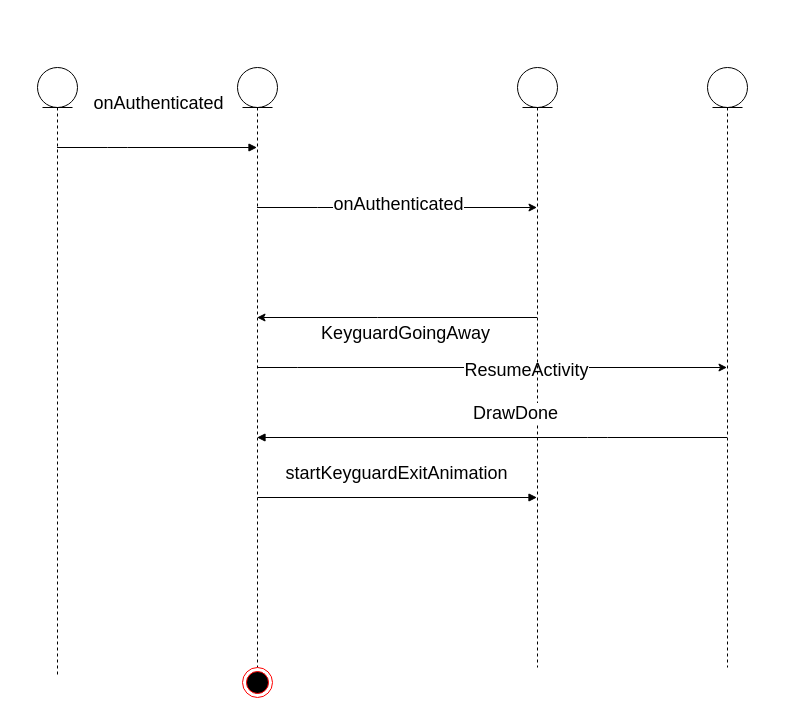
shcalm/wx_pplab keeps this draw.io diagram as Untitled Diagram.drawio. Above is the earlier version. Source tidied: cells renumbered, new cells numbered last; positions are measured from the earlier drawing's top-left corner, leaving out a move shared by most shapes. Both pictures are drawn from the tidied source at 100%, with x=0, y=0 at pixel (37, 67).
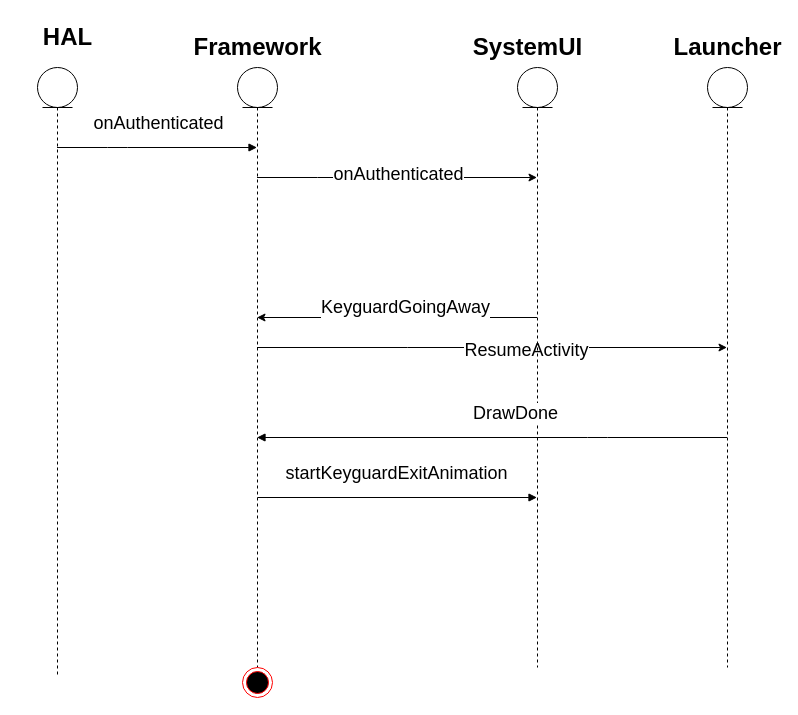
After the change.

Unchanged cells that the change refers to:
```xml
<mxCell id="2" style="shape=umlLifeline;participant=umlEntity;perimeter=lifelinePerimeter;whiteSpace=wrap;html=1;verticalAlign=top;spacingTop=36;outlineConnect=0;" parent="1" vertex="1">
  <mxGeometry width="40" height="610" as="geometry" />
</mxCell>
<mxCell id="7" style="shape=umlLifeline;participant=umlEntity;perimeter=lifelinePerimeter;whiteSpace=wrap;html=1;verticalAlign=top;spacingTop=36;outlineConnect=0;" parent="1" vertex="1">
  <mxGeometry x="200" width="40" height="600" as="geometry" />
</mxCell>
<mxCell id="9" style="edgeStyle=orthogonalEdgeStyle;rounded=0;jettySize=auto;html=1;fontSize=18;" parent="1" edge="1" source="11" target="7">
  <mxGeometry relative="1" as="geometry">
    <Array as="points">
      <mxPoint x="340" y="250" />
      <mxPoint x="340" y="250" />
    </Array>
  </mxGeometry>
</mxCell>
<mxCell id="11" style="shape=umlLifeline;participant=umlEntity;perimeter=lifelinePerimeter;whiteSpace=wrap;html=1;verticalAlign=top;spacingTop=36;outlineConnect=0;" parent="1" vertex="1">
  <mxGeometry x="480" width="40" height="600" as="geometry" />
</mxCell>
<mxCell id="12" style="shape=umlLifeline;participant=umlEntity;perimeter=lifelinePerimeter;whiteSpace=wrap;html=1;verticalAlign=top;spacingTop=36;outlineConnect=0;" parent="1" vertex="1">
  <mxGeometry x="670" width="40" height="600" as="geometry" />
</mxCell>
```

Change to the diagram source:
```diff
@@
     <mxCell id="3" style="edgeStyle=orthogonalEdgeStyle;rounded=0;jettySize=auto;html=1;fontSize=18;" parent="1" edge="1" source="7" target="11">
       <mxGeometry relative="1" as="geometry">
         <Array as="points">
-          <mxPoint x="280" y="140" />
-          <mxPoint x="280" y="140" />
+          <mxPoint x="280" y="110" />
+          <mxPoint x="280" y="110" />
         </Array>
       </mxGeometry>
     </mxCell>
@@
     <mxCell id="5" style="edgeStyle=orthogonalEdgeStyle;rounded=0;jettySize=auto;html=1;fontSize=18;" parent="1" edge="1" source="7" target="12">
       <mxGeometry relative="1" as="geometry">
         <Array as="points">
-          <mxPoint x="260" y="300" />
-          <mxPoint x="260" y="300" />
+          <mxPoint x="370" y="280" />
+          <mxPoint x="370" y="280" />
         </Array>
       </mxGeometry>
     </mxCell>
@@
     <mxCell id="8" value="onAuthenticated" style="html=1;verticalAlign=bottom;endArrow=block;fontSize=18;" parent="1" edge="1" source="2" target="7">
-      <mxGeometry x="0.01" y="30" relative="1" as="geometry">
+      <mxGeometry x="0.01" y="10" relative="1" as="geometry">
         <Array as="points">
           <mxPoint x="80" y="80" />
         </Array>
       </mxGeometry>
     </mxCell>
@@
     <mxCell id="10" value="KeyguardGoingAway&lt;br&gt;" style="edgeLabel;html=1;align=center;verticalAlign=middle;fontSize=18;" parent="9" vertex="1">
       <mxGeometry x="-0.23" y="-1" relative="1" as="geometry">
-        <mxPoint x="-24.2" y="16" as="offset" />
+        <mxPoint x="-24.2" y="-9.1" as="offset" />
       </mxGeometry>
     </mxCell>
@@
+    <mxCell id="16" value="HAL" style="text;strokeColor=none;fillColor=none;html=1;fontSize=24;fontStyle=1;verticalAlign=middle;align=center;" parent="1" vertex="1">
+      <mxGeometry x="-20" y="-50" width="100" height="40" as="geometry" />
+    </mxCell>
+    <mxCell id="17" value="Framework&lt;br&gt;" style="text;strokeColor=none;fillColor=none;html=1;fontSize=24;fontStyle=1;verticalAlign=middle;align=center;" parent="1" vertex="1">
+      <mxGeometry x="170" y="-40" width="100" height="40" as="geometry" />
+    </mxCell>
+    <mxCell id="18" value="SystemUI" style="text;strokeColor=none;fillColor=none;html=1;fontSize=24;fontStyle=1;verticalAlign=middle;align=center;" parent="1" vertex="1">
+      <mxGeometry x="440" y="-40" width="100" height="40" as="geometry" />
+    </mxCell>
+    <mxCell id="19" value="Launcher&lt;br&gt;" style="text;strokeColor=none;fillColor=none;html=1;fontSize=24;fontStyle=1;verticalAlign=middle;align=center;" parent="1" vertex="1">
+      <mxGeometry x="640" y="-40" width="100" height="40" as="geometry" />
+    </mxCell>
```
